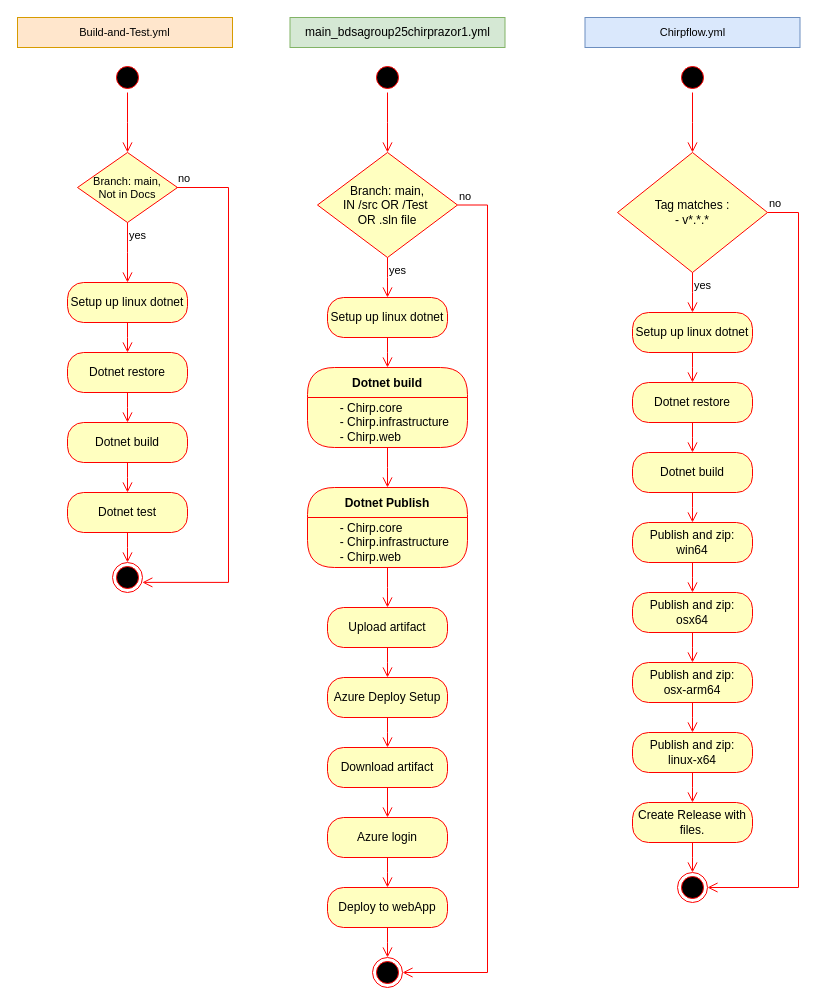
Above: docs/diagrams/workflows.drawio in ITU-BDSA2024-GROUP25/Chirp (draw.io), before the change. Source tidied: cells renumbered, new cells numbered last; positions are measured from the earlier drawing's top-left corner, leaving out a move shared by most shapes. Both pictures are drawn from the tidied source at 100%, with x=0, y=0 at pixel (17, 17).
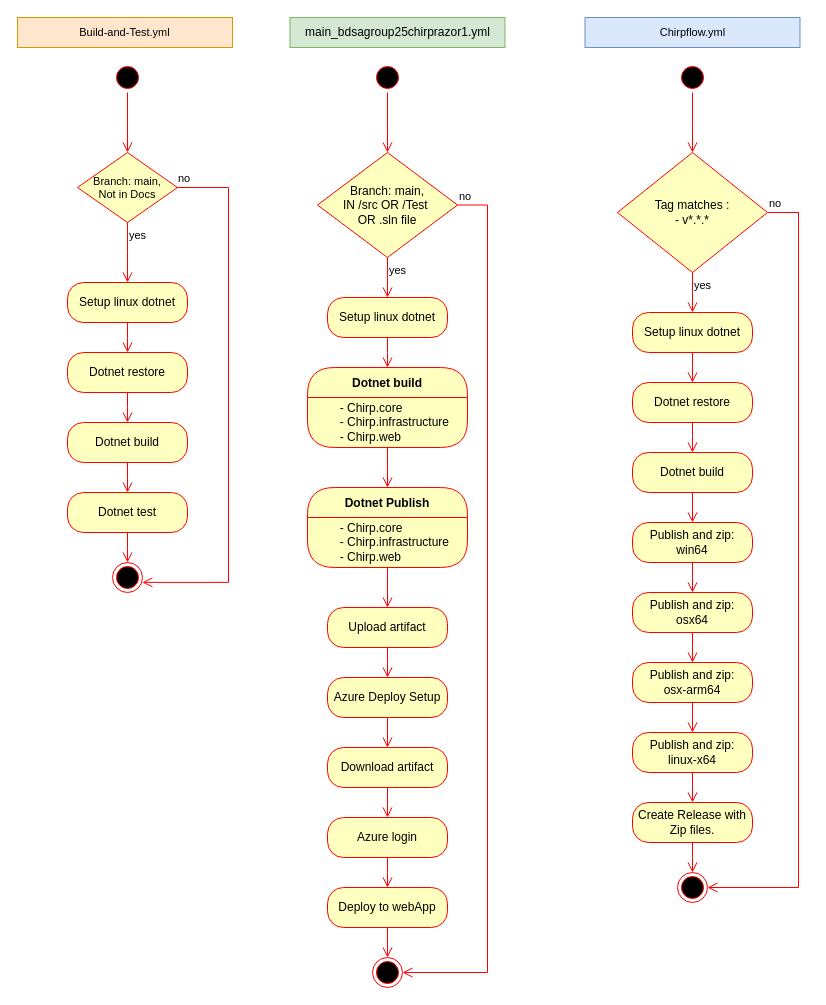
Above is the later version.

Commit message (it also covers changes not shown here):
fixed diagram mistakes.

quick clarifying edits, and removal of 3  unwanted "up"s

Diff of the diagram source:
```diff
@@
-    <mxCell id="6" value="Setup up linux dotnet" style="rounded=1;whiteSpace=wrap;html=1;arcSize=40;fontColor=#000000;fillColor=#ffffc0;strokeColor=#ff0000;" parent="1" vertex="1">
+    <mxCell id="6" value="Setup linux dotnet" style="rounded=1;whiteSpace=wrap;html=1;arcSize=40;fontColor=#000000;fillColor=#ffffc0;strokeColor=#ff0000;" parent="1" vertex="1">
       <mxGeometry x="50" y="265" width="120" height="40" as="geometry" />
     </mxCell>
@@
-    <mxCell id="18" value="Setup up linux dotnet" style="rounded=1;whiteSpace=wrap;html=1;arcSize=40;fontColor=#000000;fillColor=#ffffc0;strokeColor=#ff0000;" parent="1" vertex="1">
+    <mxCell id="18" value="Setup linux dotnet" style="rounded=1;whiteSpace=wrap;html=1;arcSize=40;fontColor=#000000;fillColor=#ffffc0;strokeColor=#ff0000;" parent="1" vertex="1">
       <mxGeometry x="310" y="280" width="120" height="40" as="geometry" />
     </mxCell>
@@
-    <mxCell id="46" value="Setup up linux dotnet" style="rounded=1;whiteSpace=wrap;html=1;arcSize=40;fontColor=#000000;fillColor=#ffffc0;strokeColor=#ff0000;" parent="1" vertex="1">
+    <mxCell id="46" value="Setup linux dotnet" style="rounded=1;whiteSpace=wrap;html=1;arcSize=40;fontColor=#000000;fillColor=#ffffc0;strokeColor=#ff0000;" parent="1" vertex="1">
       <mxGeometry x="615" y="295" width="120" height="40" as="geometry" />
     </mxCell>
@@
-    <mxCell id="60" value="Create Release with files." style="rounded=1;whiteSpace=wrap;html=1;arcSize=40;fontColor=#000000;fillColor=#ffffc0;strokeColor=#ff0000;" parent="1" vertex="1">
+    <mxCell id="60" value="Create Release with Zip files." style="rounded=1;whiteSpace=wrap;html=1;arcSize=40;fontColor=#000000;fillColor=#ffffc0;strokeColor=#ff0000;" parent="1" vertex="1">
       <mxGeometry x="615" y="785" width="120" height="40" as="geometry" />
     </mxCell>
```
